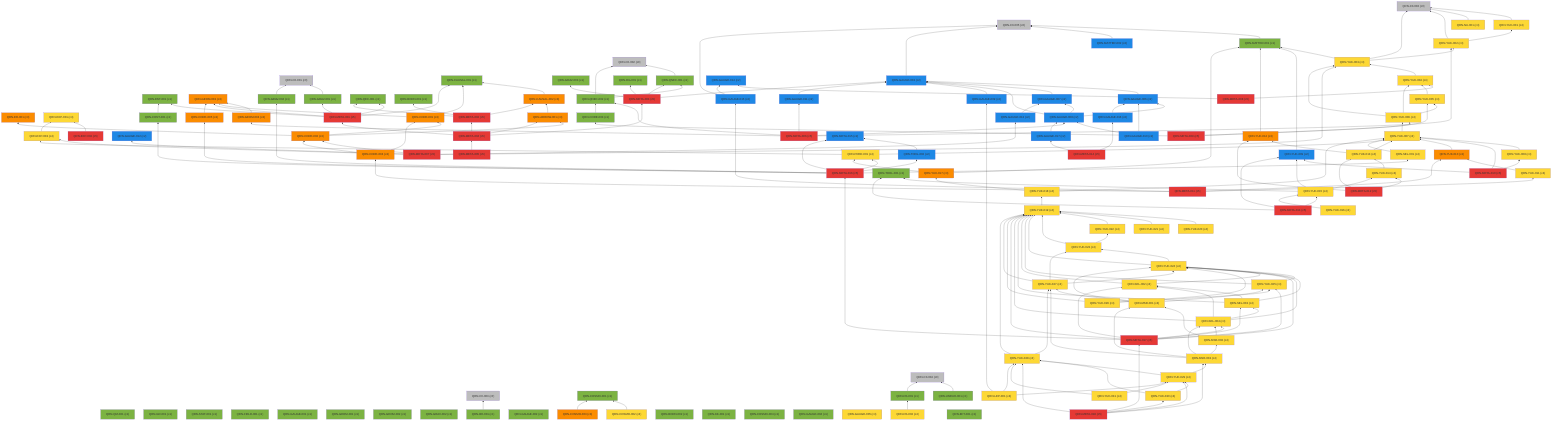
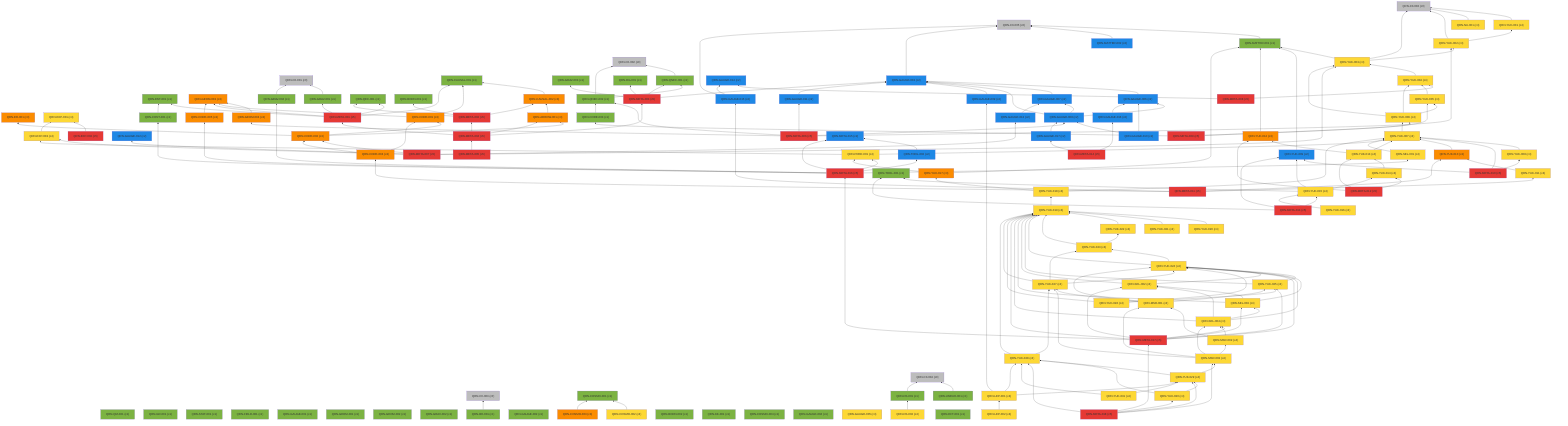
%% 自動生成 (dag/report.pl) — QRN 主張依存グラフ
graph BT
  QRN_C0_001["QRN-C0-001 (c0)"]:::c0
  QRN_C0_002["QRN-C0-002 (c0)"]:::c0
  QRN_C0_003["QRN-C0-003 (c0)"]:::c0
  QRN_C0_004["QRN-C0-004 (c0)"]:::c0
  QRN_C0_005["QRN-C0-005 (c0)"]:::c0
  QRN_C0_006["QRN-C0-006 (c0)"]:::c0
  QRN_QM_001["QRN-QM-001 (c1)"]:::c1
  QRN_GR_001["QRN-GR-001 (c1)"]:::c1
  QRN_STAT_001["QRN-STAT-001 (c1)"]:::c1
  QRN_FIELD_001["QRN-FIELD-001 (c1)"]:::c1
  QRN_GAUGE_001["QRN-GAUGE-001 (c1)"]:::c1
  QRN_ENT_001["QRN-ENT-001 (c1)"]:::c1
  QRN_GEOM_001["QRN-GEOM-001 (c1)"]:::c1
  QRN_GEOM_002["QRN-GEOM-002 (c1)"]:::c1
  QRN_GEOM_003["QRN-GEOM-003 (c3)"]:::c3
  QRN_GRAV_001["QRN-GRAV-001 (c1)"]:::c1
  QRN_GRAV_002["QRN-GRAV-002 (c1)"]:::c1
  QRN_BH_001["QRN-BH-001 (c1)"]:::c1
  QRN_CAUSAL_001["QRN-CAUSAL-001 (c1)"]:::c1
  QRN_CAUSAL_002["QRN-CAUSAL-002 (c3)"]:::c3
  QRN_ER_001["QRN-ER-001 (c3)"]:::c3
  QRN_QEC_001["QRN-QEC-001 (c1)"]:::c1
  QRN_GAUGE_002["QRN-GAUGE-002 (c1)"]:::c1
  QRN_COSMO_001["QRN-COSMO-001 (c1)"]:::c1
  QRN_COSMO_002["QRN-COSMO-002 (c4)"]:::c4
  QRN_COSMO_003["QRN-COSMO-003 (c3)"]:::c3
  QRN_BORN_001["QRN-BORN-001 (c1)"]:::c1
  QRN_BORN_002["QRN-BORN-002 (c1)"]:::c1
  QRN_GRAV_003["QRN-GRAV-003 (c1)"]:::c1
  QRN_KK_001["QRN-KK-001 (c1)"]:::c1
  QRN_MATTER_001["QRN-MATTER-001 (c1)"]:::c1
  QRN_MATTER_002["QRN-MATTER-002 (c2)"]:::c2
  QRN_COSMO_004["QRN-COSMO-004 (c1)"]:::c1
  QRN_EXP_001["QRN-EXP-001 (c4)"]:::c4
  QRN_GAUGE_003["QRN-GAUGE-003 (c2)"]:::c2
  QRN_GAUGE_004["QRN-GAUGE-004 (c1)"]:::c1
  QRN_GAUGE_005["QRN-GAUGE-005 (c4)"]:::c4
  QRN_YUK_001["QRN-YUK-001 (c4)"]:::c4
  QRN_RG_001["QRN-RG-001 (c1)"]:::c1
  QRN_UNRUH_001["QRN-UNRUH-001 (c1)"]:::c1
  QRN_QNEC_001["QRN-QNEC-001 (c1)"]:::c1
  QRN_NU_001["QRN-NU-001 (c4)"]:::c4
  QRN_GAUGE_006["QRN-GAUGE-006 (c2)"]:::c2
  QRN_DS_001["QRN-DS-001 (c1)"]:::c1
  QRN_DS_002["QRN-DS-002 (c4)"]:::c4
  QRN_ARROW_001["QRN-ARROW-001 (c3)"]:::c3
  QRN_GAUGE_007["QRN-GAUGE-007 (c2)"]:::c2
  QRN_EFT_001["QRN-EFT-001 (c1)"]:::c1
  QRN_GAUGE_008["QRN-GAUGE-008 (c2)"]:::c2
  QRN_GAUGE_009["QRN-GAUGE-009 (c2)"]:::c2
  QRN_GAUGE_010["QRN-GAUGE-010 (c2)"]:::c2
  QRN_QNEC_002["QRN-QNEC-002 (c1)"]:::c1
  QRN_GEOM_004["QRN-GEOM-004 (c3)"]:::c3
  QRN_YUK_002["QRN-YUK-002 (c4)"]:::c4
  QRN_EXP_002["QRN-EXP-002 (c5)"]:::c5
  QRN_CORE_001["QRN-CORE-001 (c3)"]:::c3
  QRN_GAUGE_011["QRN-GAUGE-011 (c2)"]:::c2
  QRN_GAUGE_012["QRN-GAUGE-012 (c2)"]:::c2
  QRN_YUK_003["QRN-YUK-003 (c4)"]:::c4
  QRN_EXP_003["QRN-EXP-003 (c4)"]:::c4
  QRN_CORE_002["QRN-CORE-002 (c3)"]:::c3
  QRN_GAUGE_013["QRN-GAUGE-013 (c2)"]:::c2
  QRN_YUK_004["QRN-YUK-004 (c4)"]:::c4
  QRN_GAUGE_014["QRN-GAUGE-014 (c2)"]:::c2
  QRN_META_001["QRN-META-001 (c5)"]:::c5
  QRN_META_002["QRN-META-002 (c5)"]:::c5
  QRN_META_003["QRN-META-003 (c5)"]:::c5
  QRN_META_004["QRN-META-004 (c5)"]:::c5
  QRN_META_005["QRN-META-005 (c5)"]:::c5
  QRN_META_006["QRN-META-006 (c5)"]:::c5
  QRN_META_007["QRN-META-007 (c5)"]:::c5
  QRN_META_008["QRN-META-008 (c5)"]:::c5
  QRN_YUK_005["QRN-YUK-005 (c4)"]:::c4
  QRN_YUK_006["QRN-YUK-006 (c4)"]:::c4
  QRN_CORE_003["QRN-CORE-003 (c1)"]:::c1
  QRN_META_009["QRN-META-009 (c5)"]:::c5
  QRN_YUK_007["QRN-YUK-007 (c4)"]:::c4
  QRN_YUK_008["QRN-YUK-008 (c4)"]:::c4
  QRN_YUK_009["QRN-YUK-009 (c2)"]:::c2
  QRN_META_010["QRN-META-010 (c5)"]:::c5
  QRN_GAUGE_015["QRN-GAUGE-015 (c2)"]:::c2
  QRN_YUK_010["QRN-YUK-010 (c3)"]:::c3
  QRN_YUK_011["QRN-YUK-011 (c4)"]:::c4
  QRN_CORE_004["QRN-CORE-004 (c3)"]:::c3
  QRN_META_011["QRN-META-011 (c5)"]:::c5
  QRN_YUK_012["QRN-YUK-012 (c3)"]:::c3
  QRN_YUK_013["QRN-YUK-013 (c4)"]:::c4
  QRN_YUK_014["QRN-YUK-014 (c4)"]:::c4
  QRN_META_012["QRN-META-012 (c5)"]:::c5
  QRN_TOOL_001["QRN-TOOL-001 (c1)"]:::c1
  QRN_YUK_015["QRN-YUK-015 (c4)"]:::c4
  QRN_META_013["QRN-META-013 (c5)"]:::c5
  QRN_GAUGE_016["QRN-GAUGE-016 (c2)"]:::c2
  QRN_GAUGE_017["QRN-GAUGE-017 (c2)"]:::c2
  QRN_META_014["QRN-META-014 (c5)"]:::c5
  QRN_META_015["QRN-META-015 (c2)"]:::c2
  QRN_TOOL_002["QRN-TOOL-002 (c2)"]:::c2
  QRN_CORE_005["QRN-CORE-005 (c3)"]:::c3
  QRN_CONT_001["QRN-CONT-001 (c1)"]:::c1
  QRN_SEL_001["QRN-SEL-001 (c4)"]:::c4
  QRN_GRAV_004["QRN-GRAV-004 (c1)"]:::c1
  QRN_PRED_001["QRN-PRED-001 (c4)"]:::c4
  QRN_META_016["QRN-META-016 (c5)"]:::c5
  QRN_YUK_016["QRN-YUK-016 (c4)"]:::c4
  QRN_YUK_017["QRN-YUK-017 (c3)"]:::c3
  QRN_YUK_018["QRN-YUK-018 (c4)"]:::c4
  QRN_YUK_019["QRN-YUK-019 (c4)"]:::c4
  QRN_YUK_020["QRN-YUK-020 (c4)"]:::c4
  QRN_YUK_021["QRN-YUK-021 (c4)"]:::c4
  QRN_YUK_022["QRN-YUK-022 (c4)"]:::c4
  QRN_YUK_023["QRN-YUK-023 (c4)"]:::c4
  QRN_YUK_024["QRN-YUK-024 (c4)"]:::c4
  QRN_YUK_025["QRN-YUK-025 (c4)"]:::c4
  QRN_SEL_002["QRN-SEL-002 (c4)"]:::c4
  QRN_SEL_003["QRN-SEL-003 (c4)"]:::c4
  QRN_SEL_004["QRN-SEL-004 (c4)"]:::c4
  QRN_META_017["QRN-META-017 (c5)"]:::c5
  QRN_YUK_026["QRN-YUK-026 (c4)"]:::c4
  QRN_YUK_027["QRN-YUK-027 (c4)"]:::c4
  QRN_MSR_001["QRN-MSR-001 (c4)"]:::c4
  QRN_MSR_002["QRN-MSR-002 (c4)"]:::c4
  QRN_MSR_003["QRN-MSR-003 (c4)"]:::c4
  QRN_YUK_028["QRN-YUK-028 (c4)"]:::c4
  QRN_YUK_029["QRN-YUK-029 (c4)"]:::c4
  QRN_YUK_030["QRN-YUK-030 (c4)"]:::c4
  QRN_META_018["QRN-META-018 (c5)"]:::c5
  QRN_YUK_031["QRN-YUK-031 (c4)"]:::c4
  QRN_LEP_001["QRN-LEP-001 (c4)"]:::c4
+   QRN_LEP_002["QRN-LEP-002 (c4)"]:::c4
  QRN_GRAV_001 --> QRN_C0_001
  QRN_BH_001 --> QRN_C0_003
  QRN_CAUSAL_002 --> QRN_CAUSAL_001
  QRN_COSMO_002 --> QRN_COSMO_001
  QRN_COSMO_003 --> QRN_COSMO_001
  QRN_MATTER_001 --> QRN_C0_005
  QRN_MATTER_002 --> QRN_C0_005
  QRN_GAUGE_003 --> QRN_C0_005
  QRN_YUK_001 --> QRN_C0_006
  QRN_UNRUH_001 --> QRN_C0_004
  QRN_QNEC_001 --> QRN_C0_002
  QRN_NU_001 --> QRN_C0_006
  QRN_GAUGE_006 --> QRN_GAUGE_003
  QRN_DS_001 --> QRN_C0_004
  QRN_DS_002 --> QRN_DS_001
  QRN_ARROW_001 --> QRN_CAUSAL_002
  QRN_GAUGE_007 --> QRN_GAUGE_003
  QRN_GAUGE_008 --> QRN_GAUGE_003
  QRN_GAUGE_008 --> QRN_GAUGE_006
  QRN_GAUGE_008 --> QRN_GAUGE_007
  QRN_GAUGE_009 --> QRN_GAUGE_003
  QRN_GAUGE_010 --> QRN_GAUGE_006
  QRN_GAUGE_010 --> QRN_GAUGE_008
  QRN_QNEC_002 --> QRN_C0_002
  QRN_QNEC_002 --> QRN_QNEC_001
  QRN_GEOM_004 --> QRN_GEOM_003
  QRN_YUK_002 --> QRN_C0_006
  QRN_YUK_002 --> QRN_YUK_001
  QRN_EXP_002 --> QRN_EXP_001
  QRN_CORE_001 --> QRN_GEOM_003
  QRN_CORE_001 --> QRN_CAUSAL_001
  QRN_GAUGE_011 --> QRN_GAUGE_003
  QRN_YUK_003 --> QRN_C0_006
  QRN_YUK_003 --> QRN_MATTER_001
  QRN_YUK_003 --> QRN_YUK_002
  QRN_EXP_003 --> QRN_EXP_001
  QRN_CORE_002 --> QRN_CORE_001
  QRN_CORE_002 --> QRN_ER_001
  QRN_CORE_002 --> QRN_ARROW_001
  QRN_GAUGE_013 --> QRN_GAUGE_007
  QRN_YUK_004 --> QRN_YUK_003
  QRN_META_001 --> QRN_GEOM_003
  QRN_META_001 --> QRN_GRAV_001
  QRN_META_001 --> QRN_CAUSAL_001
  QRN_META_001 --> QRN_QEC_001
  QRN_META_001 --> QRN_ENT_001
  QRN_META_002 --> QRN_QEC_001
  QRN_META_002 --> QRN_BORN_001
  QRN_META_002 --> QRN_CAUSAL_002
  QRN_META_003 --> QRN_GAUGE_003
  QRN_META_003 --> QRN_RG_001
  QRN_META_003 --> QRN_QNEC_001
  QRN_META_003 --> QRN_GRAV_003
  QRN_META_004 --> QRN_META_001
  QRN_META_004 --> QRN_META_002
  QRN_META_004 --> QRN_META_003
  QRN_META_004 --> QRN_ARROW_001
  QRN_META_005 --> QRN_META_004
  QRN_META_006 --> QRN_GAUGE_008
  QRN_META_006 --> QRN_QNEC_002
  QRN_META_006 --> QRN_GEOM_004
  QRN_META_006 --> QRN_YUK_002
  QRN_META_006 --> QRN_GAUGE_011
  QRN_META_007 --> QRN_GAUGE_012
  QRN_META_007 --> QRN_YUK_003
  QRN_META_007 --> QRN_EXP_003
  QRN_META_007 --> QRN_CORE_002
  QRN_META_007 --> QRN_GAUGE_013
  QRN_META_008 --> QRN_YUK_004
  QRN_META_008 --> QRN_GAUGE_014
  QRN_YUK_005 --> QRN_YUK_004
  QRN_YUK_006 --> QRN_YUK_003
  QRN_YUK_006 --> QRN_YUK_004
  QRN_YUK_006 --> QRN_YUK_005
  QRN_CORE_003 --> QRN_QNEC_002
  QRN_META_009 --> QRN_YUK_005
  QRN_META_009 --> QRN_YUK_006
  QRN_META_009 --> QRN_CORE_003
  QRN_YUK_007 --> QRN_YUK_006
  QRN_YUK_008 --> QRN_YUK_007
  QRN_YUK_009 --> QRN_MATTER_001
  QRN_META_010 --> QRN_YUK_007
  QRN_META_010 --> QRN_YUK_008
  QRN_META_010 --> QRN_YUK_009
  QRN_GAUGE_015 --> QRN_C0_005
  QRN_GAUGE_015 --> QRN_GAUGE_014
  QRN_YUK_010 --> QRN_YUK_007
  QRN_YUK_011 --> QRN_YUK_010
  QRN_CORE_004 --> QRN_CORE_001
  QRN_CORE_004 --> QRN_CORE_002
  QRN_META_011 --> QRN_GAUGE_015
  QRN_META_011 --> QRN_YUK_010
  QRN_META_011 --> QRN_YUK_011
  QRN_META_011 --> QRN_CORE_004
  QRN_YUK_012 --> QRN_MATTER_001
  QRN_YUK_013 --> QRN_YUK_012
  QRN_YUK_013 --> QRN_YUK_007
  QRN_YUK_014 --> QRN_YUK_013
  QRN_META_012 --> QRN_YUK_012
  QRN_META_012 --> QRN_YUK_013
  QRN_META_012 --> QRN_YUK_014
  QRN_YUK_015 --> QRN_YUK_014
  QRN_YUK_015 --> QRN_TOOL_001
  QRN_YUK_015 --> QRN_YUK_009
  QRN_META_013 --> QRN_YUK_015
  QRN_META_013 --> QRN_TOOL_001
  QRN_META_013 --> QRN_YUK_009
  QRN_GAUGE_016 --> QRN_GAUGE_006
  QRN_GAUGE_017 --> QRN_GAUGE_008
  QRN_META_014 --> QRN_GAUGE_016
  QRN_META_014 --> QRN_GAUGE_017
  QRN_TOOL_002 --> QRN_META_015
  QRN_CORE_005 --> QRN_GEOM_003
  QRN_CONT_001 --> QRN_ENT_001
  QRN_SEL_001 --> QRN_YUK_007
  QRN_GRAV_004 --> QRN_C0_001
  QRN_PRED_001 --> QRN_YUK_007
  QRN_PRED_001 --> QRN_EXP_003
  QRN_META_016 --> QRN_META_015
  QRN_META_016 --> QRN_TOOL_002
  QRN_META_016 --> QRN_CORE_005
  QRN_META_016 --> QRN_CONT_001
  QRN_META_016 --> QRN_SEL_001
  QRN_META_016 --> QRN_GRAV_004
  QRN_META_016 --> QRN_PRED_001
  QRN_YUK_016 --> QRN_YUK_015
  QRN_YUK_017 --> QRN_MATTER_001
  QRN_YUK_017 --> QRN_PRED_001
  QRN_YUK_018 --> QRN_YUK_017
  QRN_YUK_018 --> QRN_YUK_007
  QRN_YUK_019 --> QRN_YUK_018
  QRN_YUK_020 --> QRN_YUK_019
  QRN_YUK_021 --> QRN_YUK_019
  QRN_YUK_022 --> QRN_YUK_019
  QRN_YUK_023 --> QRN_YUK_019
  QRN_YUK_023 --> QRN_YUK_022
  QRN_YUK_024 --> QRN_YUK_019
  QRN_YUK_024 --> QRN_YUK_023
  QRN_YUK_025 --> QRN_YUK_019
  QRN_YUK_025 --> QRN_YUK_024
  QRN_SEL_002 --> QRN_YUK_019
  QRN_SEL_002 --> QRN_YUK_024
  QRN_SEL_003 --> QRN_YUK_019
  QRN_SEL_003 --> QRN_YUK_024
  QRN_SEL_003 --> QRN_SEL_002
  QRN_SEL_004 --> QRN_YUK_019
  QRN_SEL_004 --> QRN_YUK_024
  QRN_SEL_004 --> QRN_SEL_002
  QRN_SEL_004 --> QRN_SEL_003
  QRN_META_017 --> QRN_META_016
  QRN_META_017 --> QRN_YUK_019
  QRN_META_017 --> QRN_YUK_024
  QRN_META_017 --> QRN_YUK_025
  QRN_META_017 --> QRN_SEL_002
  QRN_META_017 --> QRN_SEL_003
  QRN_META_017 --> QRN_SEL_004
  QRN_YUK_026 --> QRN_YUK_019
  QRN_YUK_026 --> QRN_YUK_024
  QRN_YUK_026 --> QRN_YUK_025
  QRN_YUK_027 --> QRN_YUK_019
  QRN_YUK_027 --> QRN_YUK_023
  QRN_YUK_027 --> QRN_YUK_024
  QRN_MSR_001 --> QRN_YUK_024
  QRN_MSR_001 --> QRN_YUK_025
  QRN_MSR_001 --> QRN_YUK_027
  QRN_MSR_002 --> QRN_SEL_004
  QRN_MSR_002 --> QRN_MSR_001
  QRN_MSR_003 --> QRN_MSR_001
  QRN_MSR_003 --> QRN_MSR_002
  QRN_MSR_003 --> QRN_SEL_004
  QRN_MSR_003 --> QRN_YUK_027
  QRN_YUK_028 --> QRN_YUK_019
  QRN_YUK_028 --> QRN_YUK_027
  QRN_YUK_029 --> QRN_YUK_028
  QRN_YUK_029 --> QRN_MSR_003
  QRN_YUK_030 --> QRN_YUK_028
  QRN_YUK_030 --> QRN_YUK_029
  QRN_META_018 --> QRN_META_017
  QRN_META_018 --> QRN_MSR_003
  QRN_META_018 --> QRN_YUK_028
  QRN_META_018 --> QRN_YUK_029
  QRN_META_018 --> QRN_YUK_030
  QRN_YUK_031 --> QRN_YUK_028
  QRN_YUK_031 --> QRN_YUK_029
  QRN_LEP_001 --> QRN_YUK_028
  QRN_LEP_001 --> QRN_YUK_029
  QRN_LEP_001 --> QRN_GAUGE_009
+   QRN_LEP_002 --> QRN_LEP_001
  classDef c0 fill:#bdbdbd
  classDef c1 fill:#7cb342
  classDef c2 fill:#1e88e5
  classDef c3 fill:#fb8c00
  classDef c4 fill:#fdd835
  classDef c5 fill:#e53935
